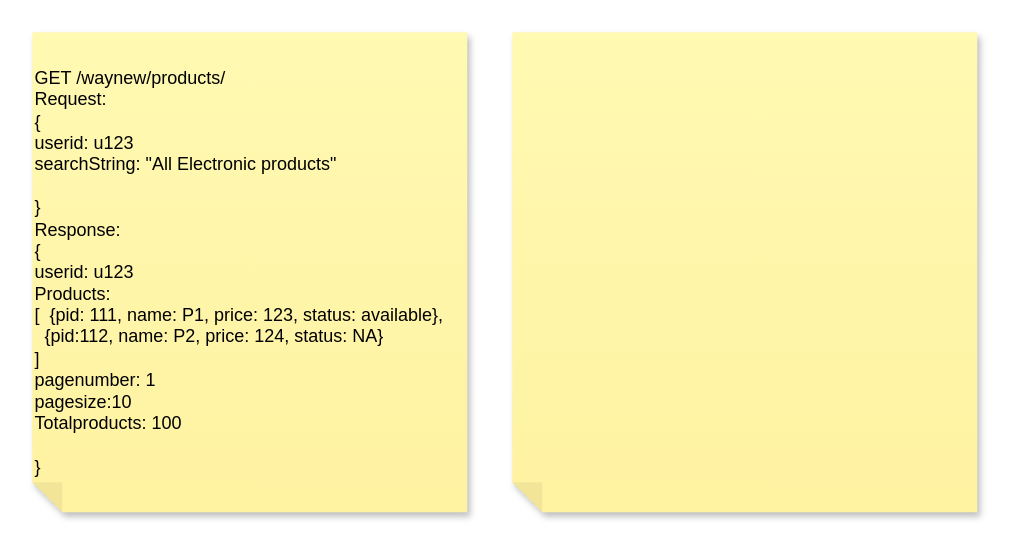
Above: page "Page-2" (2 of 2) of Untitled Diagram.drawio in rjabbala50/rjabbala50 (draw.io), before the change. Source tidied: cells renumbered, new cells numbered last; positions are measured from the earlier drawing's top-left corner, leaving out a move shared by most shapes. Both pictures are drawn from the tidied source at 150%, with x=0, y=0 at pixel (32, 32).
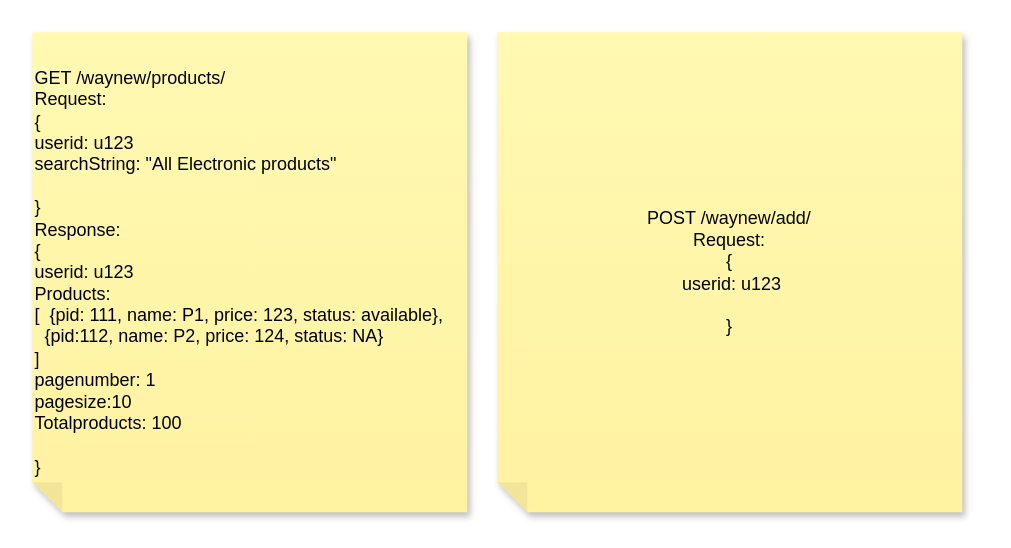
Above is the later version.

Commit message:
waynew architecture

Diff of the diagram source:
```diff
@@
 <mxGraphModel>
   <root>
     <mxCell id="0" />
     <mxCell id="1" parent="0" />
     <mxCell id="2" value="GET /waynew/products/&lt;br&gt;Request: &lt;br&gt;{&lt;br&gt;&lt;span style=&quot;&quot;&gt; &lt;/span&gt;userid: u123&lt;br&gt;&lt;span style=&quot;&quot;&gt; &lt;/span&gt;searchString: &quot;All Electronic products&quot;&lt;br&gt;&lt;br&gt;}&lt;br&gt;Response:&lt;br&gt;{&lt;br&gt;&lt;span style=&quot;&quot;&gt; &lt;/span&gt;userid: u123&lt;br&gt;&lt;span style=&quot;&quot;&gt; &lt;/span&gt;Products:&amp;nbsp;&lt;br&gt;&lt;span style=&quot;&quot;&gt; &lt;/span&gt;&lt;span style=&quot;&quot;&gt; &lt;/span&gt;[&amp;nbsp; {pid: 111, name: P1, price: 123, status: available},&lt;br&gt;&amp;nbsp; {pid:112, name: P2, price: 124, status: NA}&lt;br&gt;]&lt;br&gt;pagenumber: 1&lt;br&gt;pagesize:10&lt;br&gt;Totalproducts: 100&lt;br&gt;&lt;br&gt;}" style="shape=note;whiteSpace=wrap;html=1;backgroundOutline=1;fontColor=#000000;darkOpacity=0.05;fillColor=#FFF9B2;strokeColor=none;fillStyle=solid;direction=west;gradientDirection=north;gradientColor=#FFF2A1;shadow=1;size=20;align=left;" parent="1" vertex="1">
       <mxGeometry width="290" height="320" as="geometry" />
     </mxCell>
-    <mxCell id="3" value="&lt;br&gt;&lt;br&gt;&lt;br&gt;&lt;br&gt;" style="shape=note;whiteSpace=wrap;html=1;backgroundOutline=1;fontColor=#000000;darkOpacity=0.05;fillColor=#FFF9B2;strokeColor=none;fillStyle=solid;direction=west;gradientDirection=north;gradientColor=#FFF2A1;shadow=1;size=20;" parent="1" vertex="1">
-      <mxGeometry x="320" width="310" height="320" as="geometry" />
+    <mxCell id="3" value="POST /waynew/add/&lt;br&gt;Request: &lt;br&gt;{&lt;br&gt;&lt;span style=&quot;white-space: pre;&quot;&gt; &lt;/span&gt;userid: u123&lt;br&gt;&lt;br&gt;}&lt;br&gt;" style="shape=note;whiteSpace=wrap;html=1;backgroundOutline=1;fontColor=#000000;darkOpacity=0.05;fillColor=#FFF9B2;strokeColor=none;fillStyle=solid;direction=west;gradientDirection=north;gradientColor=#FFF2A1;shadow=1;size=20;" parent="1" vertex="1">
+      <mxGeometry x="310" width="310" height="320" as="geometry" />
     </mxCell>
   </root>
 </mxGraphModel>
```
